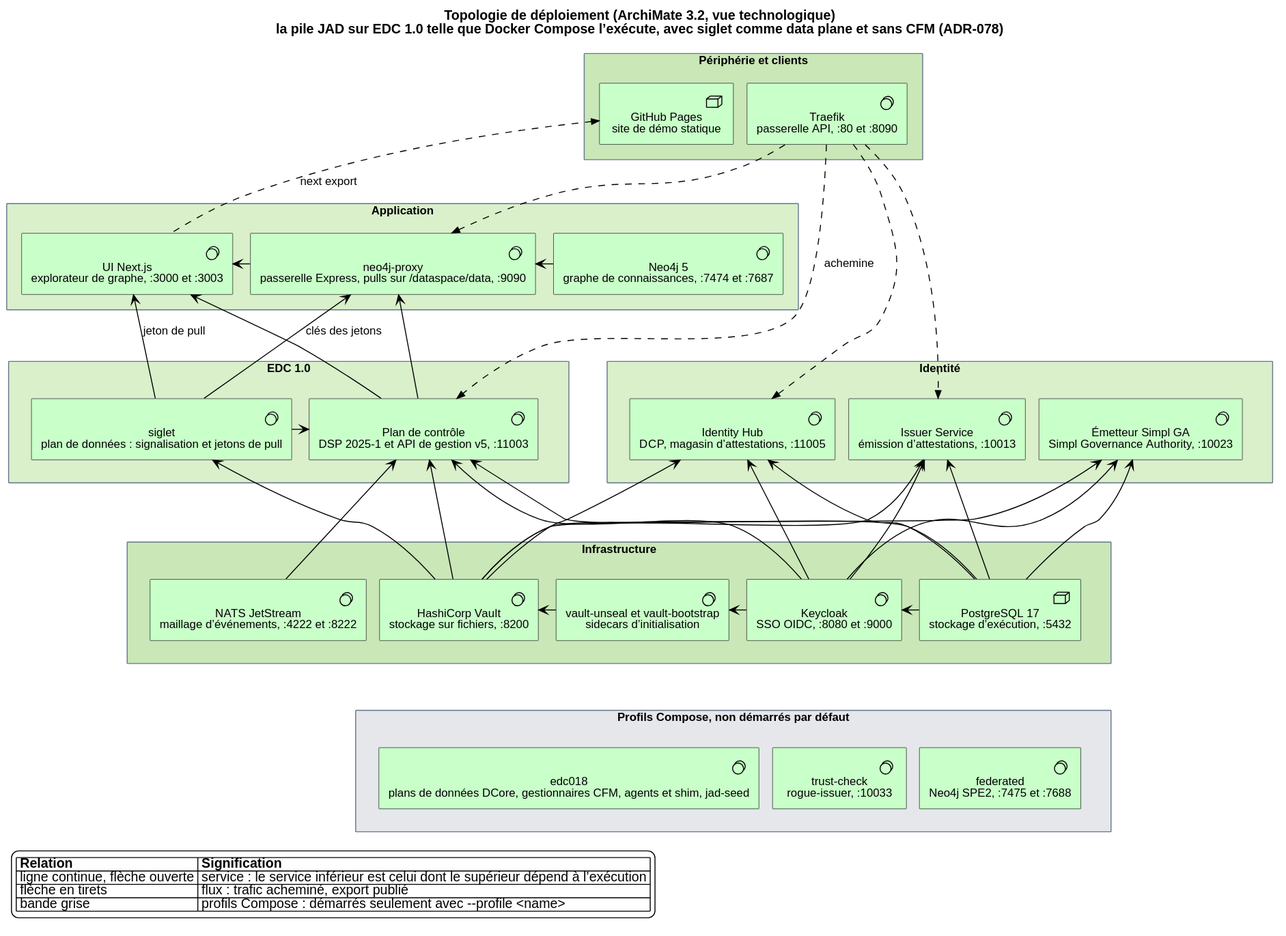
ma3u/MinimumViableHealthDataspacev2 keeps this PlantUML diagram as docs/architecture/img/deployment.fr.svg. Above is the earlier version. Its diagram source:
```plantuml
@startuml
!include <archimate/Archimate>
title Topologie de déploiement (ArchiMate 3.2, vue technologique)\nla pile JAD sur EDC 1.0 telle que Docker Compose l’exécute, avec siglet comme data plane et sans CFM (ADR-078)
skinparam defaultFontName Helvetica
skinparam shadowing false
skinparam nodesep 14
skinparam ranksep 46
skinparam rectangle {
  BorderColor #64748B
  FontStyle bold
}

rectangle "Périphérie et clients" as EDGE #C9E7B7 {
  Technology_SystemSoftware(tfk, "Traefik\npasserelle API, :80 et :8090")
  Technology_Node(ghp, "GitHub Pages\nsite de démo statique")
}
rectangle "Application" as APP #D9F0CB {
  Technology_SystemSoftware(ui, "UI Next.js\nexplorateur de graphe, :3000 et :3003")
  Technology_SystemSoftware(proxy, "neo4j-proxy\npasserelle Express, pulls sur /dataspace/data, :9090")
  Technology_SystemSoftware(neo4j, "Neo4j 5\ngraphe de connaissances, :7474 et :7687")
}
rectangle "EDC 1.0" as EDC #D9F0CB {
  Technology_SystemSoftware(cp, "Plan de contrôle\nDSP 2025-1 et API de gestion v5, :11003")
  Technology_SystemSoftware(sig, "siglet\nplan de données : signalisation et jetons de pull")
}
rectangle "Identité" as IDM #D9F0CB {
  Technology_SystemSoftware(ih, "Identity Hub\nDCP, magasin d’attestations, :11005")
  Technology_SystemSoftware(is, "Issuer Service\némission d’attestations, :10013")
  Technology_SystemSoftware(sga, "Émetteur Simpl GA\nSimpl Governance Authority, :10023")
}
rectangle "Infrastructure" as INFRA #C9E7B7 {
  Technology_SystemSoftware(kc, "Keycloak\nSSO OIDC, :8080 et :9000")
  Technology_Node(pg, "PostgreSQL 17\nstockage d’exécution, :5432")
  Technology_SystemSoftware(vault, "HashiCorp Vault\nstockage sur fichiers, :8200")
  Technology_SystemSoftware(vu, "vault-unseal et vault-bootstrap\nsidecars d’initialisation")
  Technology_SystemSoftware(nats, "NATS JetStream\nmaillage d’événements, :4222 et :8222")
}
rectangle "Profils Compose, non démarrés par défaut" as PROF #E5E7EB {
  Technology_SystemSoftware(e018, "edc018\nplans de données DCore, gestionnaires CFM, agents et shim, jad-seed")
  Technology_SystemSoftware(trust, "trust-check\nrogue-issuer, :10033")
  Technology_SystemSoftware(fed, "federated\nNeo4j SPE2, :7475 et :7688")
}

Rel_Flow(tfk, cp, "achemine")
Rel_Flow(tfk, proxy, " ")
Rel_Flow(tfk, ih, " ")
Rel_Flow(tfk, is, " ")
Rel_Flow_Up(ui, ghp, "next export")

Rel_Serving_Right(proxy, ui)
Rel_Serving_Up(cp, ui)
Rel_Serving_Up(cp, proxy)
Rel_Serving_Right(neo4j, proxy)
Rel_Serving_Up(sig, ui, "jeton de pull")
Rel_Serving_Up(sig, proxy, "clés des jetons")

Rel_Serving_Up(pg, cp)
Rel_Serving_Up(vault, cp)
Rel_Serving_Up(nats, cp)
Rel_Serving_Up(kc, cp)
Rel_Serving_Left(sig, cp)
Rel_Serving_Up(vault, sig)

Rel_Serving_Up(pg, ih)
Rel_Serving_Up(vault, ih)
Rel_Serving_Up(kc, ih)
Rel_Serving_Up(pg, is)
Rel_Serving_Up(vault, is)
Rel_Serving_Up(kc, is)
Rel_Serving_Up(pg, sga)
Rel_Serving_Up(vault, sga)
Rel_Serving_Up(kc, sga)

Rel_Serving_Left(pg, kc)
Rel_Serving_Left(kc, vu)
Rel_Serving_Left(vu, vault)

tfk -[hidden]right- ghp
ui -[hidden]right- proxy
proxy -[hidden]right- neo4j
cp -[hidden]right- sig
ih -[hidden]right- is
is -[hidden]right- sga
nats -[hidden]right- vault
vault -[hidden]right- vu
vu -[hidden]right- kc
kc -[hidden]right- pg
EDC -[hidden]right- IDM
INFRA -[hidden]down- PROF
e018 -[hidden]right- trust
trust -[hidden]right- fed

legend bottom left
|= Relation |= Signification |
| ligne continue, flèche ouverte | service : le service inférieur est celui dont le supérieur dépend à l’exécution |
| flèche en tirets | flux : trafic acheminé, export publié |
| bande grise | profils Compose : démarrés seulement avec --profile <name> |
endlegend
@enduml
```
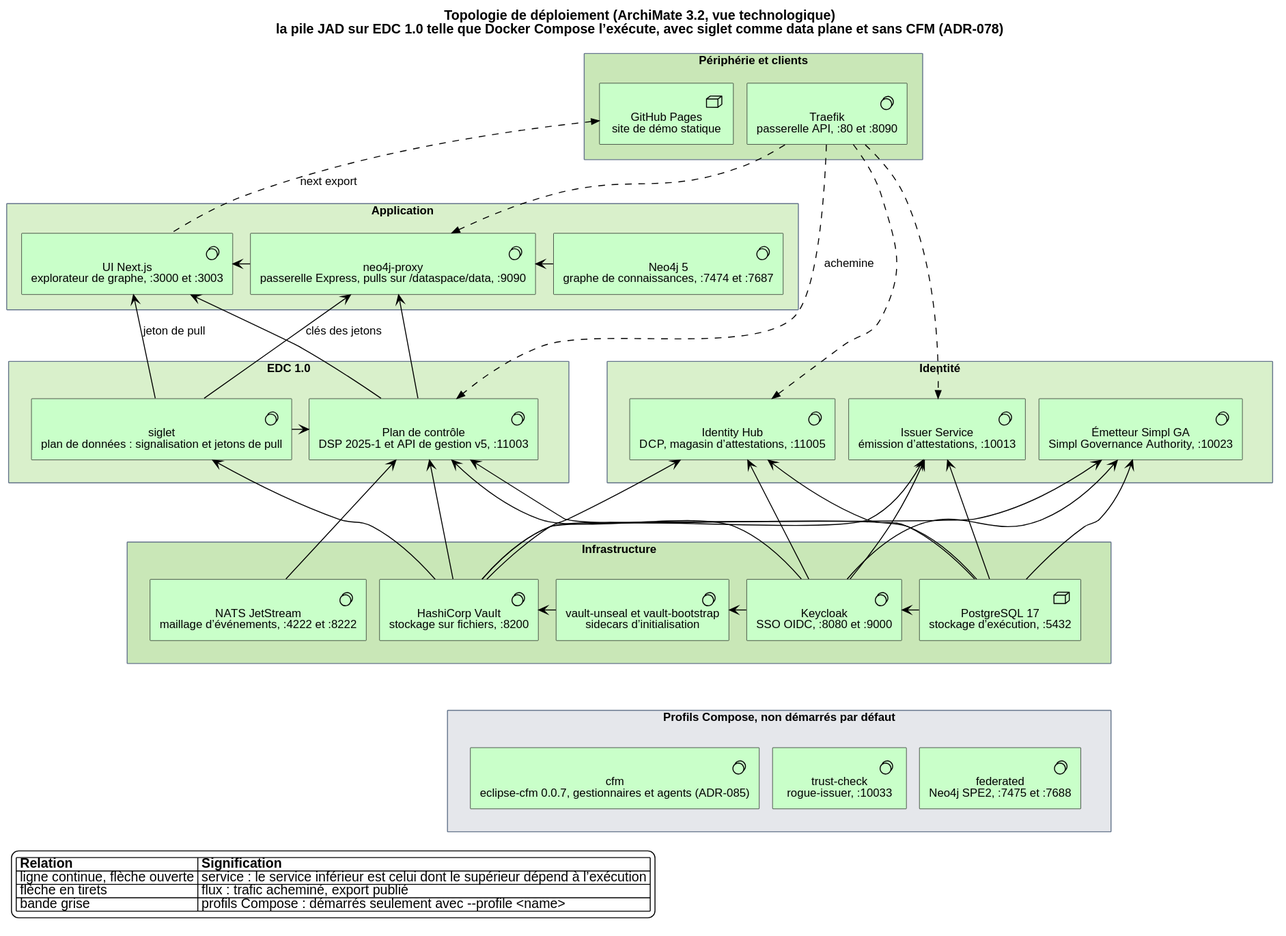
Above is the later version.

Diff of the diagram source:
```diff
@@ -36,7 +36,7 @@
   Technology_SystemSoftware(nats, "NATS JetStream\nmaillage d’événements, :4222 et :8222")
 }
 rectangle "Profils Compose, non démarrés par défaut" as PROF #E5E7EB {
-  Technology_SystemSoftware(e018, "edc018\nplans de données DCore, gestionnaires CFM, agents et shim, jad-seed")
+  Technology_SystemSoftware(cfm, "cfm\neclipse-cfm 0.0.7, gestionnaires et agents (ADR-085)")
   Technology_SystemSoftware(trust, "trust-check\nrogue-issuer, :10033")
   Technology_SystemSoftware(fed, "federated\nNeo4j SPE2, :7475 et :7688")
 }
@@ -87,7 +87,7 @@
 kc -[hidden]right- pg
 EDC -[hidden]right- IDM
 INFRA -[hidden]down- PROF
-e018 -[hidden]right- trust
+cfm -[hidden]right- trust
 trust -[hidden]right- fed
 
 legend bottom left
```
